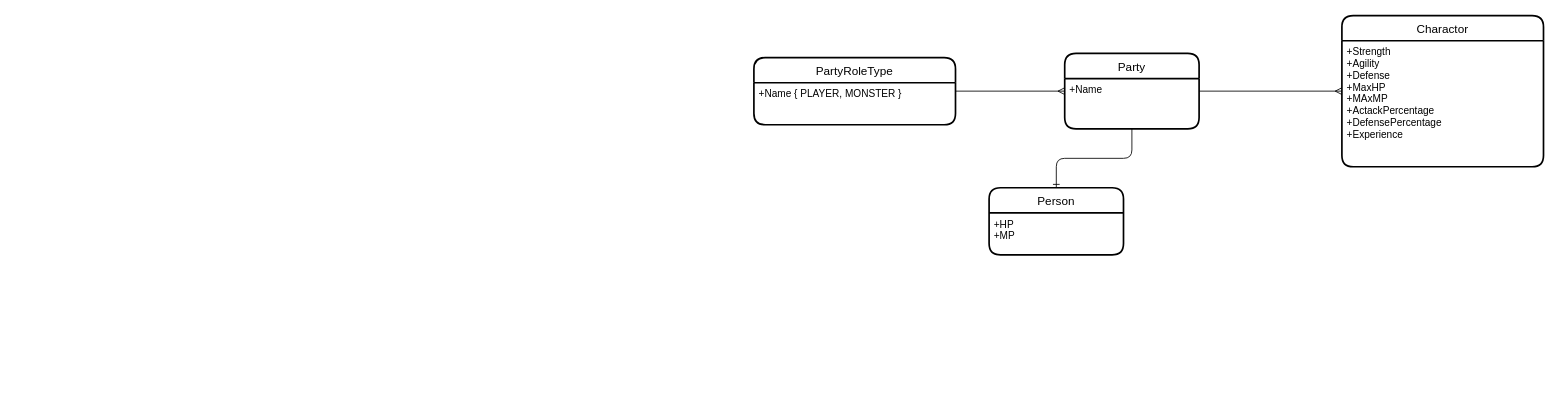
chavp/data-modeling keeps this draw.io diagram as DragonQuest.drawio. Above is the earlier version. Source tidied: cells renumbered, new cells numbered last; positions are measured from the earlier drawing's top-left corner, leaving out a move shared by most shapes. Both pictures are drawn from the tidied source at 84%, with x=0, y=0 at pixel (753, 15).
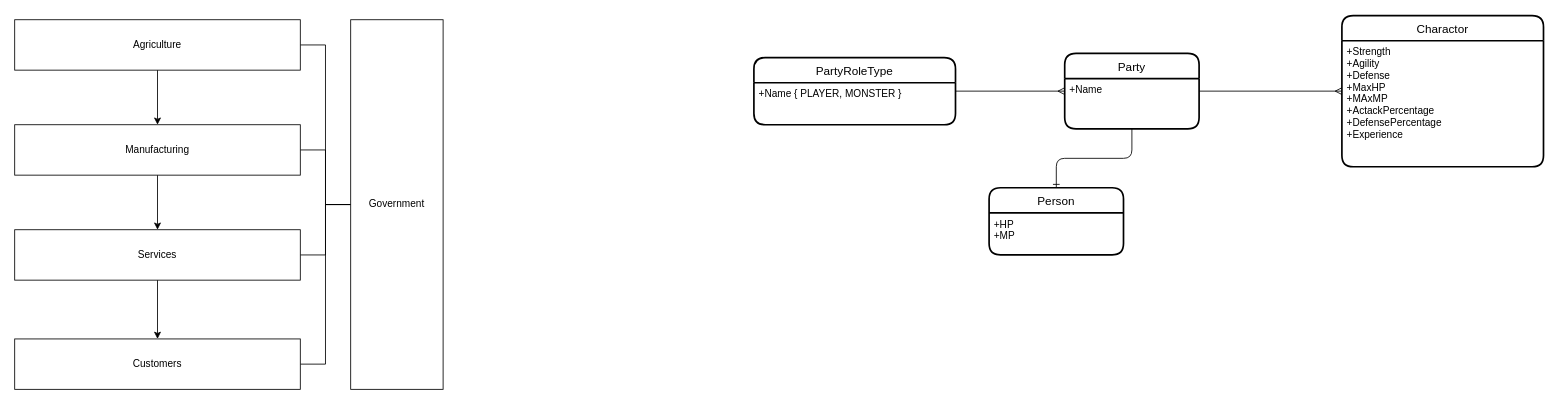
The same diagram, later.

What changed in the source:
```diff
@@
+    <mxCell id="13" style="edgeStyle=orthogonalEdgeStyle;rounded=0;jettySize=auto;html=1;" parent="1" edge="1" source="15" target="18">
+      <mxGeometry relative="1" as="geometry" />
+    </mxCell>
+    <mxCell id="14" style="edgeStyle=orthogonalEdgeStyle;rounded=0;jettySize=auto;html=1;exitX=1;exitY=0.5;exitDx=0;exitDy=0;endArrow=none;endFill=0;" parent="1" edge="1" source="15" target="24">
+      <mxGeometry relative="1" as="geometry" />
+    </mxCell>
+    <mxCell id="15" value="Agriculture" style="rounded=0;whiteSpace=wrap;html=1;" parent="1" vertex="1">
+      <mxGeometry x="-880" y="5" width="340" height="60" as="geometry" />
+    </mxCell>
+    <mxCell id="16" style="edgeStyle=orthogonalEdgeStyle;rounded=0;jettySize=auto;html=1;" parent="1" edge="1" source="18" target="21">
+      <mxGeometry relative="1" as="geometry" />
+    </mxCell>
+    <mxCell id="17" style="edgeStyle=orthogonalEdgeStyle;rounded=0;jettySize=auto;html=1;endArrow=none;endFill=0;" parent="1" edge="1" source="18" target="24">
+      <mxGeometry relative="1" as="geometry" />
+    </mxCell>
+    <mxCell id="18" value="Manufacturing" style="rounded=0;whiteSpace=wrap;html=1;" parent="1" vertex="1">
+      <mxGeometry x="-880" y="130" width="340" height="60" as="geometry" />
+    </mxCell>
+    <mxCell id="19" style="edgeStyle=orthogonalEdgeStyle;rounded=0;jettySize=auto;html=1;" parent="1" edge="1" source="21" target="23">
+      <mxGeometry relative="1" as="geometry" />
+    </mxCell>
+    <mxCell id="20" style="edgeStyle=orthogonalEdgeStyle;rounded=0;jettySize=auto;html=1;endArrow=none;endFill=0;" parent="1" edge="1" source="21" target="24">
+      <mxGeometry relative="1" as="geometry" />
+    </mxCell>
+    <mxCell id="21" value="Services" style="rounded=0;whiteSpace=wrap;html=1;" parent="1" vertex="1">
+      <mxGeometry x="-880" y="255" width="340" height="60" as="geometry" />
+    </mxCell>
+    <mxCell id="22" style="edgeStyle=orthogonalEdgeStyle;rounded=0;jettySize=auto;html=1;endArrow=none;endFill=0;" parent="1" edge="1" source="23" target="24">
+      <mxGeometry relative="1" as="geometry" />
+    </mxCell>
+    <mxCell id="23" value="Customers" style="rounded=0;whiteSpace=wrap;html=1;" parent="1" vertex="1">
+      <mxGeometry x="-880" y="385" width="340" height="60" as="geometry" />
+    </mxCell>
+    <mxCell id="24" value="Government" style="rounded=0;whiteSpace=wrap;html=1;" parent="1" vertex="1">
+      <mxGeometry x="-480" y="5" width="110" height="440" as="geometry" />
+    </mxCell>
```
